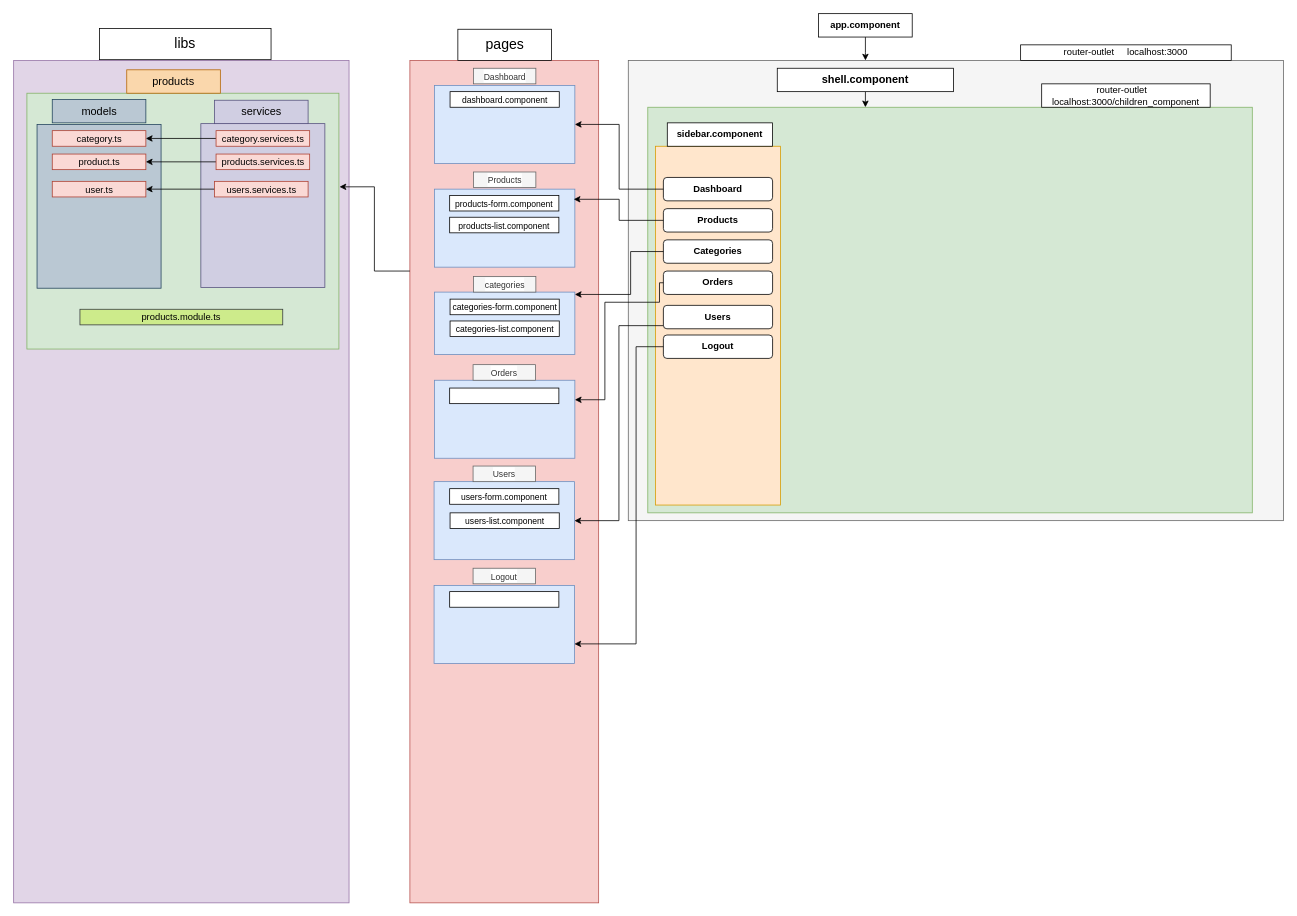
Above: page "Page-3" (3 of 3) of yellowsign/yellow_sign.drawio in Binayak3666/My_Application_Drawing_Architect (draw.io), before the change. Source tidied: cells renumbered, new cells numbered last; positions are measured from the earlier drawing's top-left corner, leaving out a move shared by most shapes. Both pictures are drawn from the tidied source at 78%, with x=0, y=0 at pixel (13, 13).
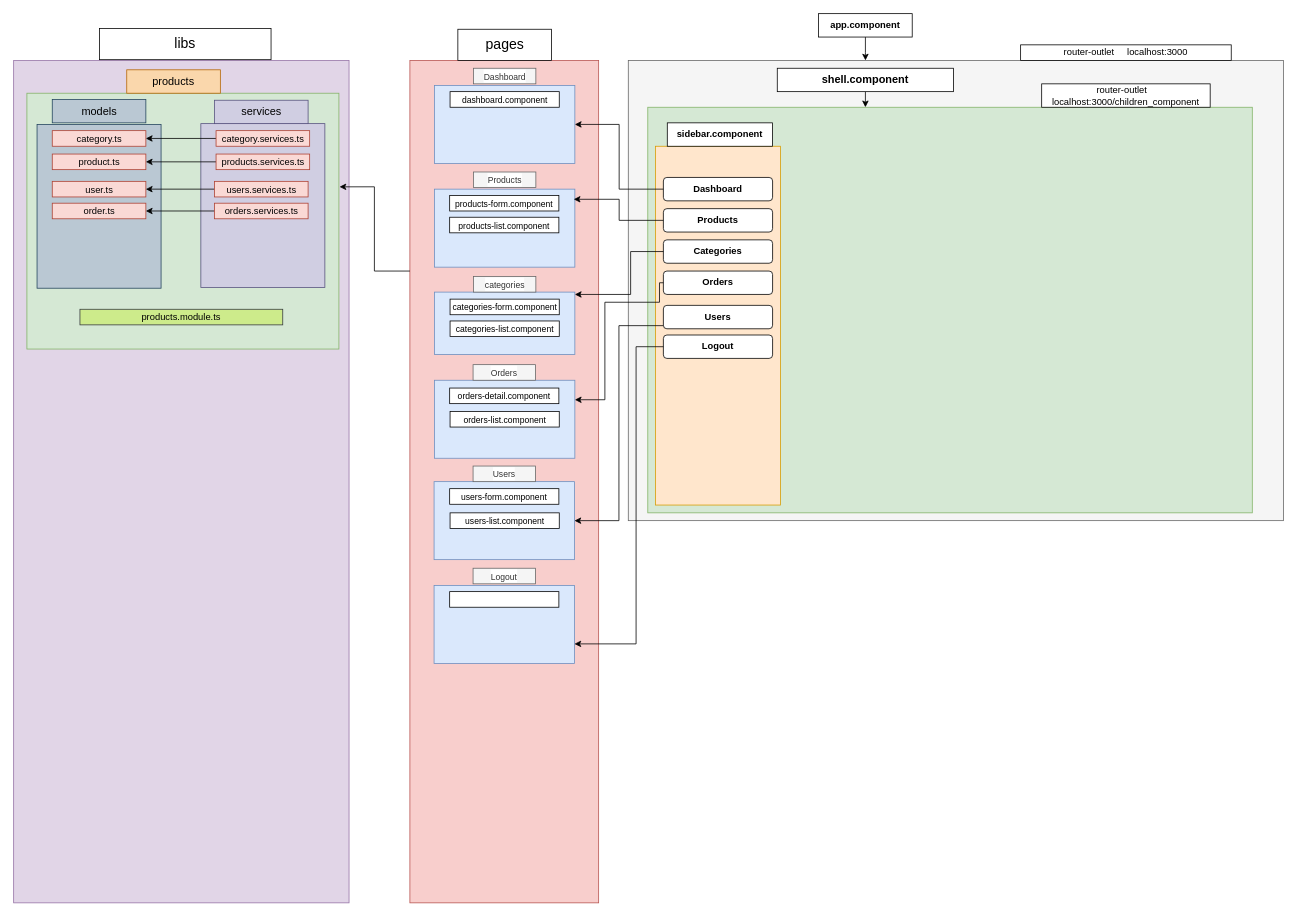
Above is the later version.

Diff of the diagram source:
```diff
@@
-    <mxCell id="32" style="rounded=0;whiteSpace=wrap;html=1;labelBackgroundColor=#FFFFFF;fontSize=14;strokeColor=default;" parent="1" vertex="1">
-      <mxGeometry x="559" y="480" width="140" height="20" as="geometry" />
-    </mxCell>
@@
+    <mxCell id="66" value="&lt;span style=&quot;font-size: 12px;&quot;&gt;order.ts&lt;/span&gt;" style="rounded=0;whiteSpace=wrap;html=1;labelBackgroundColor=none;fontSize=14;fillColor=#fad9d5;strokeColor=#ae4132;" parent="1" vertex="1">
+      <mxGeometry x="49.5" y="243" width="120" height="20" as="geometry" />
+    </mxCell>
+    <mxCell id="67" style="edgeStyle=orthogonalEdgeStyle;rounded=0;jettySize=auto;html=1;" parent="1" edge="1" source="68" target="66">
+      <mxGeometry relative="1" as="geometry" />
+    </mxCell>
+    <mxCell id="68" value="&lt;font style=&quot;font-size: 12px;&quot;&gt;orders.services.ts&lt;/font&gt;" style="rounded=0;whiteSpace=wrap;html=1;labelBackgroundColor=none;fontSize=14;fillColor=#fad9d5;strokeColor=#ae4132;" parent="1" vertex="1">
+      <mxGeometry x="257.5" y="243" width="120" height="20" as="geometry" />
+    </mxCell>
+    <mxCell id="69" value="&lt;font style=&quot;font-size: 11px;&quot;&gt;orders-detail.component&lt;/font&gt;" style="rounded=0;whiteSpace=wrap;html=1;labelBackgroundColor=#FFFFFF;fontSize=14;strokeColor=default;" parent="1" vertex="1">
+      <mxGeometry x="559" y="480" width="140" height="20" as="geometry" />
+    </mxCell>
+    <mxCell id="70" value="&lt;font style=&quot;font-size: 11px;&quot;&gt;orders-list.component&lt;/font&gt;" style="rounded=0;whiteSpace=wrap;html=1;labelBackgroundColor=#FFFFFF;fontSize=14;strokeColor=default;" parent="1" vertex="1">
+      <mxGeometry x="559.5" y="510" width="140" height="20" as="geometry" />
+    </mxCell>
```
